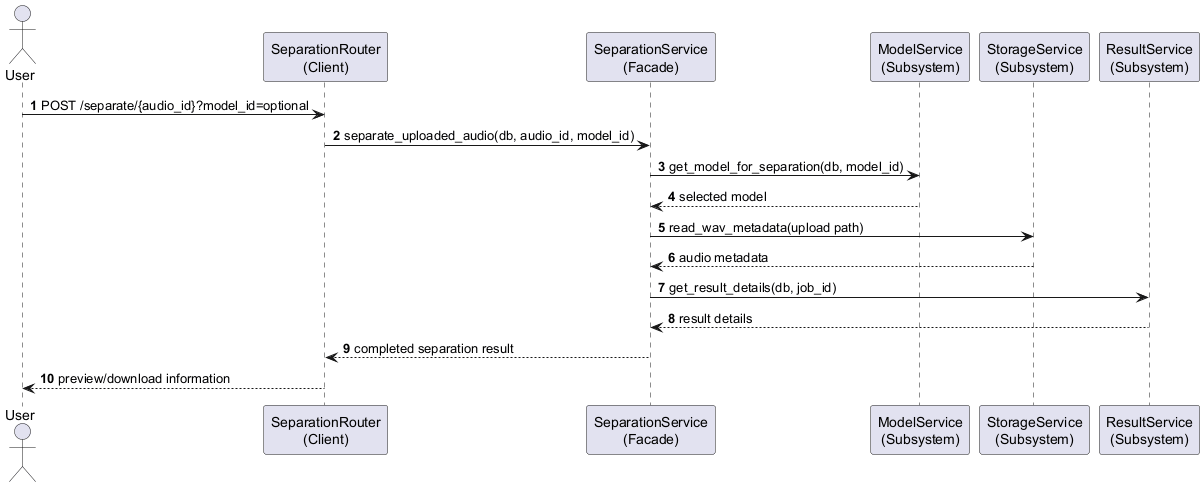
ASHRAF-2004/Machine-Learning-Based-System-for-Cardiopulmonary-Sound-Separation keeps this PlantUML diagram as docs/software_design_report/diagrams/img/facade_sequence.png. Above is the earlier version. The source it was exported from:
```plantuml
@startuml

skinparam shadowing false
autonumber

actor User
participant "SeparationRouter\n(Client)" as Router
participant "SeparationService\n(Facade)" as Service
participant "ModelService\n(Subsystem)" as ModelService
participant "StorageService\n(Subsystem)" as StorageService
participant "ResultService\n(Subsystem)" as ResultService

User -> Router : POST /separate/{audio_id}?model_id=optional
Router -> Service : separate_uploaded_audio(db, audio_id, model_id)

Service -> ModelService : get_model_for_separation(db, model_id)
ModelService --> Service : selected model
Service -> StorageService : read_wav_metadata(upload path)
StorageService --> Service : audio metadata
Service -> ResultService : get_result_details(db, job_id)
ResultService --> Service : result details

Service --> Router : completed separation result
Router --> User : preview/download information

@enduml
```
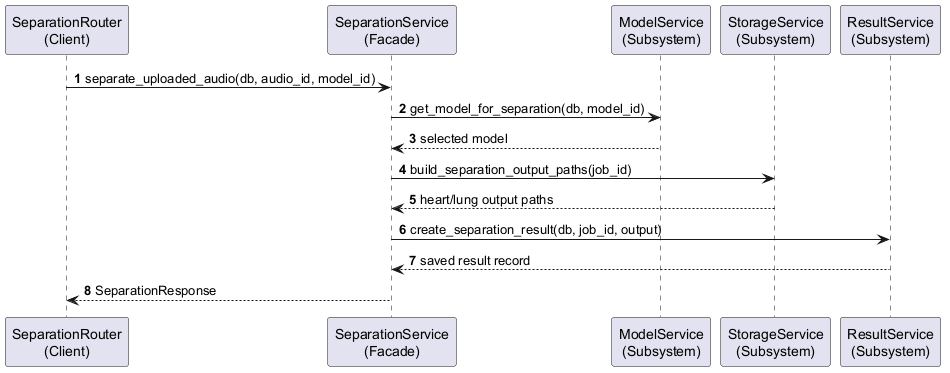
The same file after the commit.

What changed in the source:
```diff
@@ -3,24 +3,21 @@
 skinparam shadowing false
 autonumber
 
-actor User
 participant "SeparationRouter\n(Client)" as Router
 participant "SeparationService\n(Facade)" as Service
 participant "ModelService\n(Subsystem)" as ModelService
 participant "StorageService\n(Subsystem)" as StorageService
 participant "ResultService\n(Subsystem)" as ResultService
 
-User -> Router : POST /separate/{audio_id}?model_id=optional
 Router -> Service : separate_uploaded_audio(db, audio_id, model_id)
 
 Service -> ModelService : get_model_for_separation(db, model_id)
 ModelService --> Service : selected model
-Service -> StorageService : read_wav_metadata(upload path)
-StorageService --> Service : audio metadata
-Service -> ResultService : get_result_details(db, job_id)
-ResultService --> Service : result details
+Service -> StorageService : build_separation_output_paths(job_id)
+StorageService --> Service : heart/lung output paths
+Service -> ResultService : create_separation_result(db, job_id, output)
+ResultService --> Service : saved result record
 
-Service --> Router : completed separation result
-Router --> User : preview/download information
+Service --> Router : SeparationResponse
 
 @enduml
```
